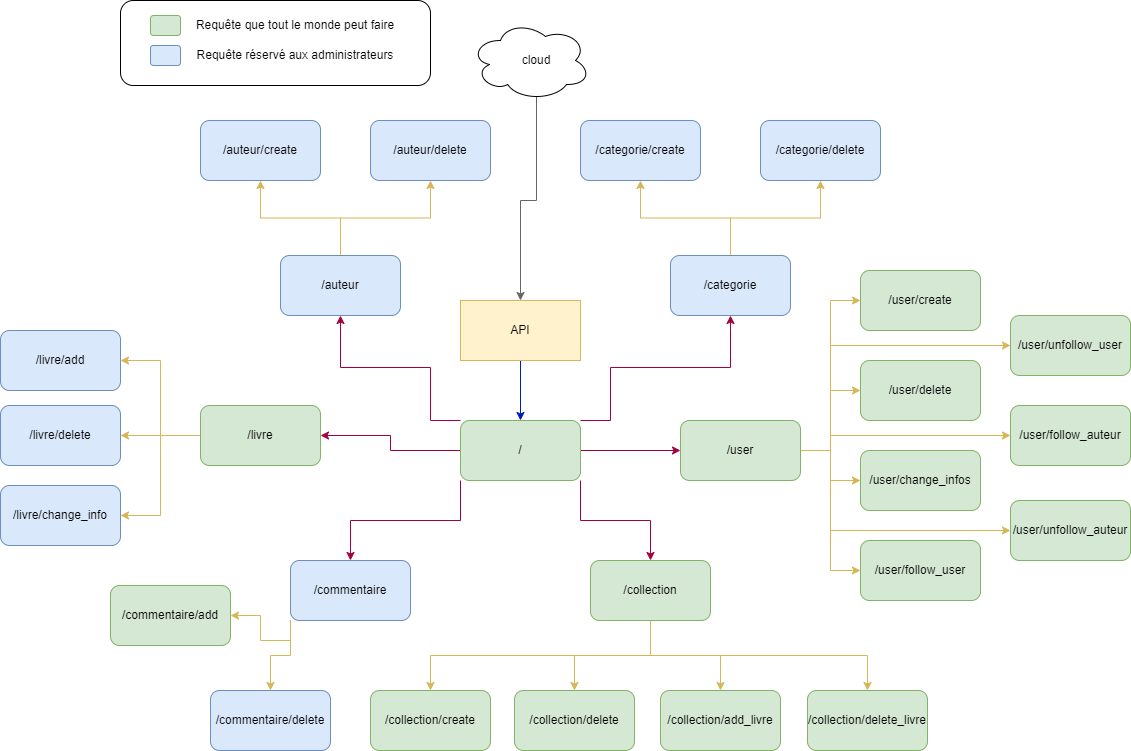
Above: Diagramme_API_Biblio.png in Yann-Fournier/API_Projet_Final_B2 (draw.io), before the change. Source tidied: cells renumbered, new cells last; positions are measured from the earlier drawing's top-left corner, leaving out a move shared by most shapes.
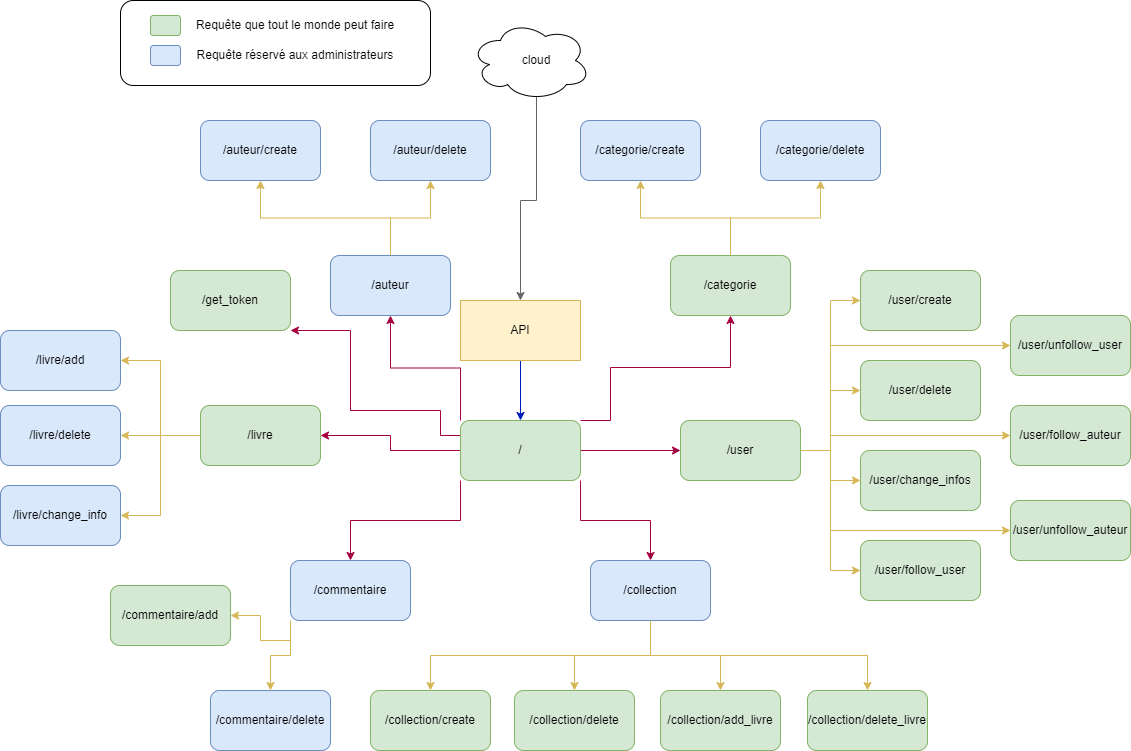
Above is the later version.

What changed in the source:
```diff
@@ -23,15 +23,6 @@
         </Array>
       </mxGeometry>
     </mxCell>
-    <mxCell id="7" style="edgeStyle=orthogonalEdgeStyle;rounded=0;jettySize=auto;html=1;exitX=0;exitY=0;exitDx=0;exitDy=0;entryX=0.5;entryY=1;entryDx=0;entryDy=0;fillColor=#d80073;strokeColor=#A50040;" parent="1" edge="1" source="11" target="46">
-      <mxGeometry relative="1" as="geometry">
-        <Array as="points">
-          <mxPoint x="430" y="420" />
-          <mxPoint x="430" y="367" />
-          <mxPoint x="340" y="367" />
-        </Array>
-      </mxGeometry>
-    </mxCell>
     <mxCell id="8" style="edgeStyle=orthogonalEdgeStyle;rounded=0;jettySize=auto;html=1;exitX=1;exitY=1;exitDx=0;exitDy=0;entryX=0.5;entryY=0;entryDx=0;entryDy=0;fillColor=#d80073;strokeColor=#A50040;" parent="1" edge="1" source="11" target="56">
       <mxGeometry relative="1" as="geometry" />
     </mxCell>
@@ -41,6 +32,19 @@
     <mxCell id="10" style="edgeStyle=orthogonalEdgeStyle;rounded=0;jettySize=auto;html=1;exitX=0;exitY=0.5;exitDx=0;exitDy=0;entryX=1;entryY=0.5;entryDx=0;entryDy=0;fillColor=#d80073;strokeColor=#A50040;" parent="1" edge="1" source="11" target="80">
       <mxGeometry relative="1" as="geometry" />
     </mxCell>
+    <mxCell id="7" style="edgeStyle=orthogonalEdgeStyle;rounded=0;jettySize=auto;html=1;exitX=0;exitY=0;exitDx=0;exitDy=0;entryX=0.5;entryY=1;entryDx=0;entryDy=0;fillColor=#d80073;strokeColor=#A50040;" parent="1" edge="1" source="11" target="46">
+      <mxGeometry relative="1" as="geometry" />
+    </mxCell>
+    <mxCell id="93" style="edgeStyle=orthogonalEdgeStyle;rounded=0;jettySize=auto;html=1;exitX=0;exitY=0.25;exitDx=0;exitDy=0;entryX=1;entryY=1;entryDx=0;entryDy=0;fillColor=#d80073;strokeColor=#A50040;" parent="1" edge="1" source="11" target="94">
+      <mxGeometry relative="1" as="geometry">
+        <Array as="points">
+          <mxPoint x="440" y="435" />
+          <mxPoint x="440" y="410" />
+          <mxPoint x="350" y="410" />
+          <mxPoint x="350" y="330" />
+        </Array>
+      </mxGeometry>
+    </mxCell>
     <mxCell id="11" style="rounded=1;whiteSpace=wrap;html=1;fillColor=#d5e8d4;strokeColor=#82b366;" parent="1" vertex="1">
       <mxGeometry x="460" y="420" width="120" height="60" as="geometry" />
     </mxCell>
@@ -137,7 +141,7 @@
     <mxCell id="37" style="edgeStyle=orthogonalEdgeStyle;rounded=0;jettySize=auto;html=1;exitX=0.5;exitY=0;exitDx=0;exitDy=0;entryX=0.5;entryY=1;entryDx=0;entryDy=0;fillColor=#fff2cc;gradientColor=#ffd966;strokeColor=#d6b656;" parent="1" edge="1" source="38" target="40">
       <mxGeometry relative="1" as="geometry" />
     </mxCell>
-    <mxCell id="38" style="rounded=1;whiteSpace=wrap;html=1;fillColor=#dae8fc;strokeColor=#6c8ebf;" parent="1" vertex="1">
+    <mxCell id="38" style="rounded=1;whiteSpace=wrap;html=1;fillColor=#d5e8d4;strokeColor=#82b366;" parent="1" vertex="1">
       <mxGeometry x="670" y="255" width="120" height="60" as="geometry" />
     </mxCell>
     <mxCell id="39" value="/categorie" style="text;html=1;align=center;verticalAlign=middle;whiteSpace=wrap;rounded=0;" parent="1" vertex="1">
@@ -162,10 +166,10 @@
       <mxGeometry relative="1" as="geometry" />
     </mxCell>
     <mxCell id="46" style="rounded=1;whiteSpace=wrap;html=1;fillColor=#dae8fc;strokeColor=#6c8ebf;" parent="1" vertex="1">
-      <mxGeometry x="280" y="255" width="120" height="60" as="geometry" />
+      <mxGeometry x="330" y="255" width="120" height="60" as="geometry" />
     </mxCell>
     <mxCell id="47" value="/auteur" style="text;html=1;align=center;verticalAlign=middle;whiteSpace=wrap;rounded=0;" parent="1" vertex="1">
-      <mxGeometry x="310" y="270" width="60" height="30" as="geometry" />
+      <mxGeometry x="360" y="270" width="60" height="30" as="geometry" />
     </mxCell>
     <mxCell id="48" style="rounded=1;whiteSpace=wrap;html=1;fillColor=#dae8fc;strokeColor=#6c8ebf;" parent="1" vertex="1">
       <mxGeometry x="200" y="120" width="120" height="60" as="geometry" />
@@ -191,7 +195,7 @@
     <mxCell id="55" style="edgeStyle=orthogonalEdgeStyle;rounded=0;jettySize=auto;html=1;exitX=0.5;exitY=1;exitDx=0;exitDy=0;entryX=0.5;entryY=0;entryDx=0;entryDy=0;fillColor=#fff2cc;gradientColor=#ffd966;strokeColor=#d6b656;" parent="1" edge="1" source="56" target="64">
       <mxGeometry relative="1" as="geometry" />
     </mxCell>
-    <mxCell id="56" style="rounded=1;whiteSpace=wrap;html=1;fillColor=#d5e8d4;strokeColor=#82b366;" parent="1" vertex="1">
+    <mxCell id="56" style="rounded=1;whiteSpace=wrap;html=1;fillColor=#dae8fc;strokeColor=#6c8ebf;" parent="1" vertex="1">
       <mxGeometry x="590" y="560" width="120" height="60" as="geometry" />
     </mxCell>
     <mxCell id="57" value="/collection" style="text;html=1;align=center;verticalAlign=middle;whiteSpace=wrap;rounded=0;" parent="1" vertex="1">
@@ -302,5 +306,11 @@
     <mxCell id="92" style="rounded=1;whiteSpace=wrap;html=1;fillColor=none;" parent="1" vertex="1">
       <mxGeometry x="120" width="310" height="85" as="geometry" />
     </mxCell>
+    <mxCell id="94" style="rounded=1;whiteSpace=wrap;html=1;fillColor=#d5e8d4;strokeColor=#82b366;" parent="1" vertex="1">
+      <mxGeometry x="170" y="270" width="120" height="60" as="geometry" />
+    </mxCell>
+    <mxCell id="95" value="/get_token" style="text;html=1;align=center;verticalAlign=middle;whiteSpace=wrap;rounded=0;" parent="1" vertex="1">
+      <mxGeometry x="200" y="285" width="60" height="30" as="geometry" />
+    </mxCell>
   </root>
 </mxGraphModel>
```
